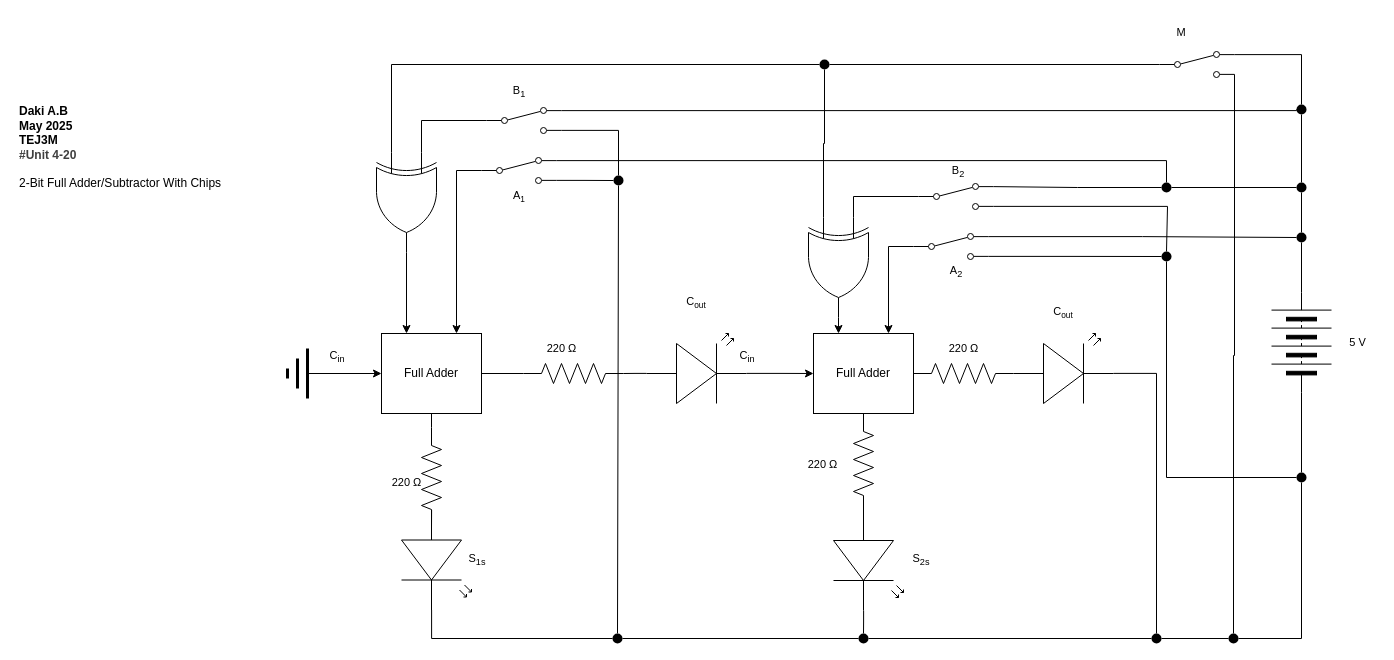
This is Unit-4.20.drawio from daki-atahwalp-antango-boad/TEJ3M-Unit-4, a draw.io file, before an edit. Source tidied: cells renumbered, new cells numbered last; positions are measured from the earlier drawing's top-left corner, leaving out a move shared by most shapes. Both pictures are drawn from the tidied source at 100%, with x=0, y=0 at pixel (17, 17).
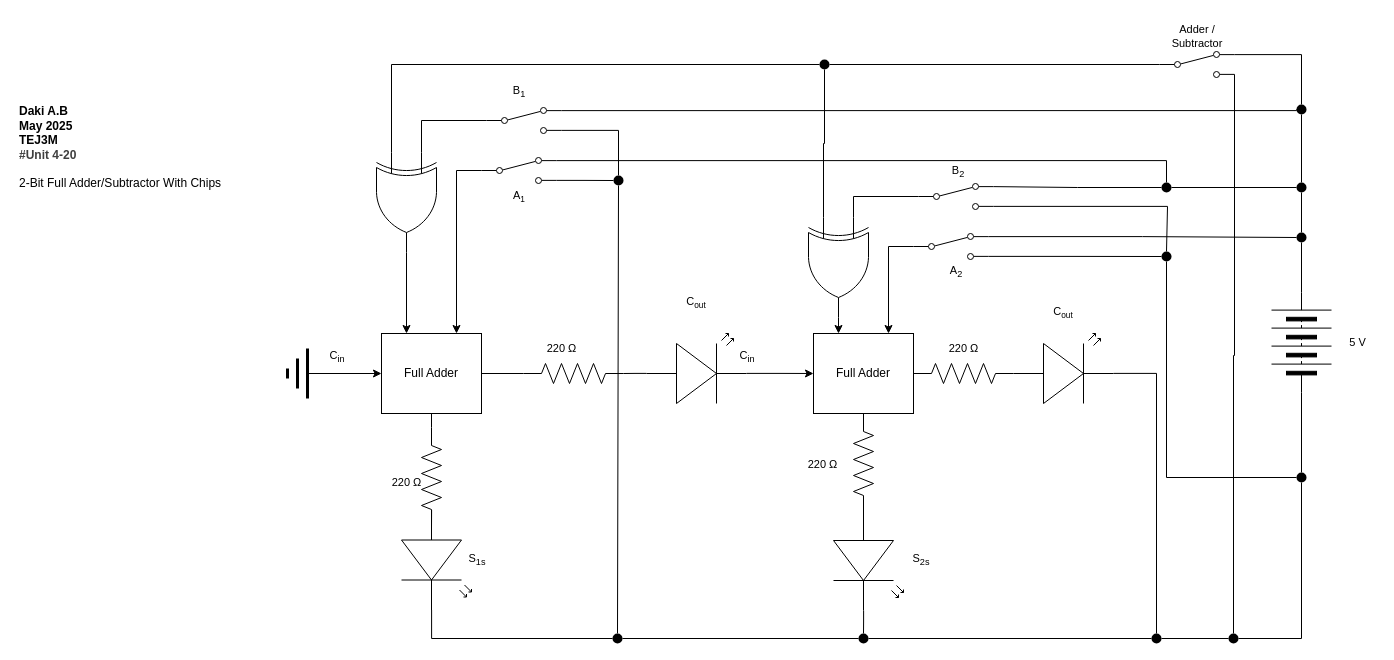
The same page after the edit.

Change to the diagram source:
```diff
@@
-    <mxCell id="82" value="M" style="text;html=1;align=center;verticalAlign=middle;whiteSpace=wrap;rounded=0;fontFamily=Helvetica;fontSize=11;fontColor=default;labelBackgroundColor=default;" parent="1" vertex="1">
-      <mxGeometry x="1134" width="60" height="30" as="geometry" />
+    <mxCell id="82" value="Adder / Subtractor" style="text;html=1;align=center;verticalAlign=middle;whiteSpace=wrap;rounded=0;fontFamily=Helvetica;fontSize=11;fontColor=default;labelBackgroundColor=default;" parent="1" vertex="1">
+      <mxGeometry x="1149.5" y="4" width="60" height="30" as="geometry" />
     </mxCell>
```
